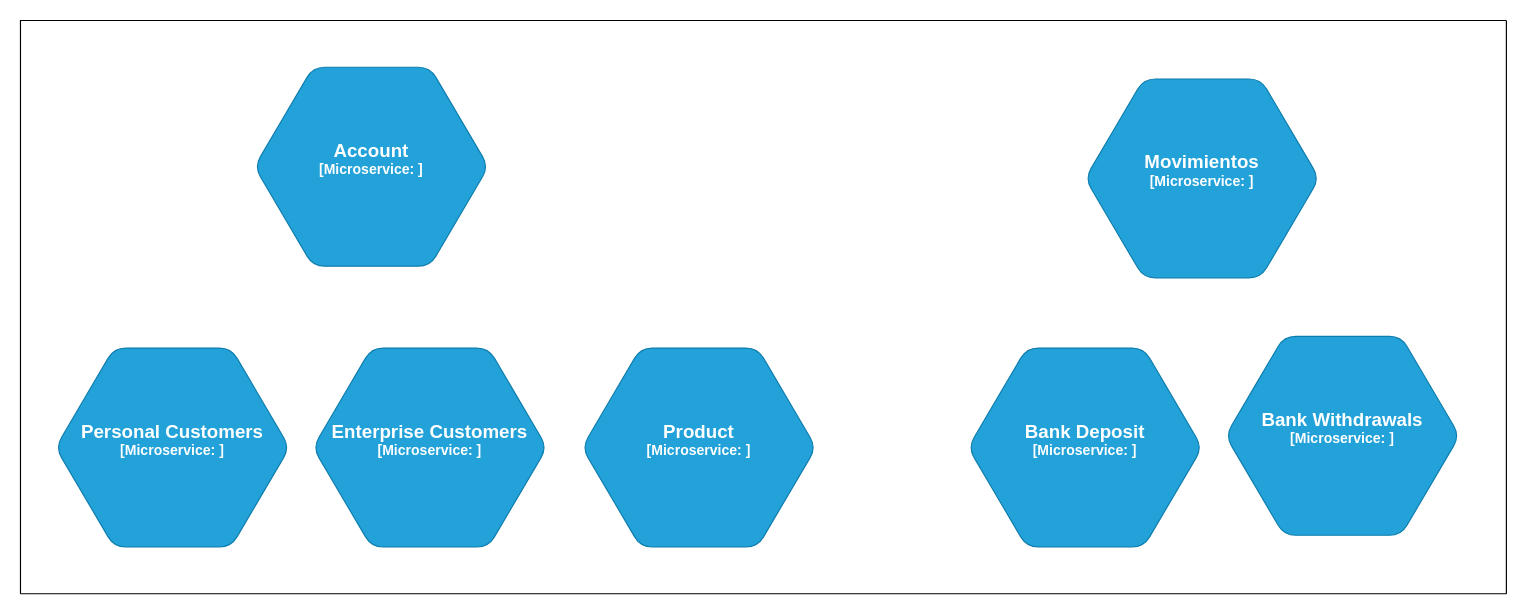
This is page "Page-1" (1 of 2) of Project 2.drawio from edwarparedes/Diagram-2, a draw.io file, before an edit. Source tidied: cells renumbered, new cells numbered last; positions are measured from the earlier drawing's top-left corner, leaving out a move shared by most shapes. Both pictures are drawn from the tidied source at 117%, with x=0, y=0 at pixel (20, 20).
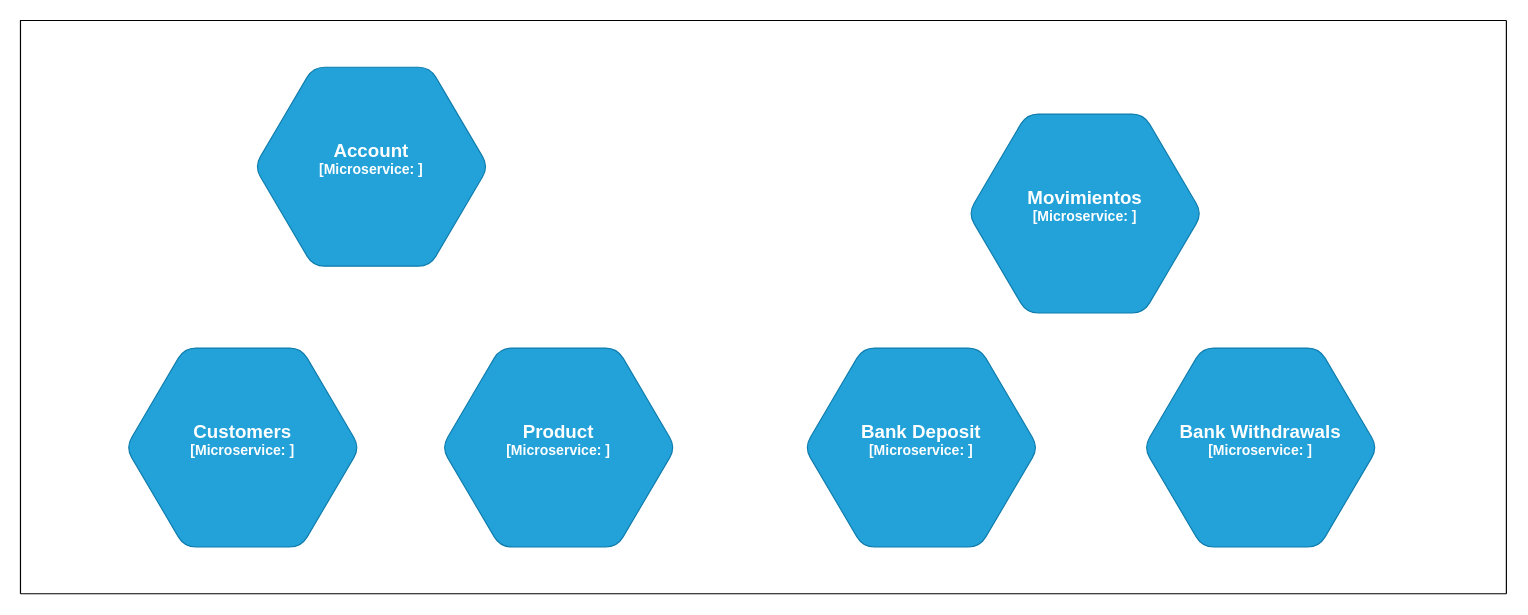
After the change.

What changed in the source:
```diff
@@
     <object id="2" label="&lt;font style=&quot;font-size: 16px&quot;&gt;&lt;b&gt;%c4Type%&lt;/font&gt;&lt;div&gt;[%c4Container%:&amp;nbsp;%c4Technology%]&lt;/div&gt;&lt;br&gt;&lt;div&gt;&lt;font style=&quot;font-size: 11px&quot;&gt;&lt;font color=&quot;#E6E6E6&quot;&gt;%c4Description%&lt;/font&gt;&lt;/div&gt;" c4Container="Microservice" c4Description="" c4Technology="" c4Type="Product" placeholders="1">
       <mxCell style="shape=hexagon;size=50;perimeter=hexagonPerimeter2;whiteSpace=wrap;html=1;fixedSize=1;rounded=1;labelBackgroundColor=none;fillColor=#23A2D9;fontSize=12;fontColor=#ffffff;align=center;strokeColor=#0E7DAD;" parent="1" vertex="1">
-        <mxGeometry x="480" y="280" width="200" height="170" as="geometry" />
+        <mxGeometry x="360" y="280" width="200" height="170" as="geometry" />
       </mxCell>
     </object>
-    <object id="3" label="&lt;font style=&quot;font-size: 16px&quot;&gt;&lt;b&gt;%c4Type%&lt;/font&gt;&lt;div&gt;[%c4Container%:&amp;nbsp;%c4Technology%]&lt;/div&gt;&lt;br&gt;&lt;div&gt;&lt;font style=&quot;font-size: 11px&quot;&gt;&lt;font color=&quot;#E6E6E6&quot;&gt;%c4Description%&lt;/font&gt;&lt;/div&gt;" c4Container="Microservice" c4Description="" c4Technology="" c4Type="Personal Customers" placeholders="1">
+    <object id="3" label="&lt;font style=&quot;font-size: 16px&quot;&gt;&lt;b&gt;%c4Type%&lt;/font&gt;&lt;div&gt;[%c4Container%:&amp;nbsp;%c4Technology%]&lt;/div&gt;&lt;br&gt;&lt;div&gt;&lt;font style=&quot;font-size: 11px&quot;&gt;&lt;font color=&quot;#E6E6E6&quot;&gt;%c4Description%&lt;/font&gt;&lt;/div&gt;" c4Container="Microservice" c4Description="" c4Technology="" c4Type="Customers" placeholders="1">
       <mxCell style="shape=hexagon;size=50;perimeter=hexagonPerimeter2;whiteSpace=wrap;html=1;fixedSize=1;rounded=1;labelBackgroundColor=none;fillColor=#23A2D9;fontSize=12;fontColor=#ffffff;align=center;strokeColor=#0E7DAD;" parent="1" vertex="1">
-        <mxGeometry x="30" y="280" width="200" height="170" as="geometry" />
+        <mxGeometry x="90" y="280" width="200" height="170" as="geometry" />
       </mxCell>
     </object>
     <object id="4" label="&lt;font style=&quot;font-size: 16px&quot;&gt;&lt;b&gt;%c4Type%&lt;/font&gt;&lt;div&gt;[%c4Container%:&amp;nbsp;%c4Technology%]&lt;/div&gt;&lt;br&gt;&lt;div&gt;&lt;font style=&quot;font-size: 11px&quot;&gt;&lt;font color=&quot;#E6E6E6&quot;&gt;%c4Description%&lt;/font&gt;&lt;/div&gt;" c4Container="Microservice" c4Description="" c4Technology="" c4Type="Movimientos" placeholders="1">
       <mxCell style="shape=hexagon;size=50;perimeter=hexagonPerimeter2;whiteSpace=wrap;html=1;fixedSize=1;rounded=1;labelBackgroundColor=none;fillColor=#23A2D9;fontSize=12;fontColor=#ffffff;align=center;strokeColor=#0E7DAD;" parent="1" vertex="1">
-        <mxGeometry x="910" y="50" width="200" height="170" as="geometry" />
+        <mxGeometry x="810" y="80" width="200" height="170" as="geometry" />
       </mxCell>
     </object>
     <object id="5" label="&lt;font style=&quot;font-size: 16px&quot;&gt;&lt;b&gt;%c4Type%&lt;/font&gt;&lt;div&gt;[%c4Container%:&amp;nbsp;%c4Technology%]&lt;/div&gt;&lt;br&gt;&lt;div&gt;&lt;font style=&quot;font-size: 11px&quot;&gt;&lt;font color=&quot;#E6E6E6&quot;&gt;%c4Description%&lt;/font&gt;&lt;/div&gt;" c4Container="Microservice" c4Description="" c4Technology="" c4Type="Bank Deposit" placeholders="1">
       <mxCell style="shape=hexagon;size=50;perimeter=hexagonPerimeter2;whiteSpace=wrap;html=1;fixedSize=1;rounded=1;labelBackgroundColor=none;fillColor=#23A2D9;fontSize=12;fontColor=#ffffff;align=center;strokeColor=#0E7DAD;" parent="1" vertex="1">
-        <mxGeometry x="810" y="280" width="200" height="170" as="geometry" />
+        <mxGeometry x="670" y="280" width="200" height="170" as="geometry" />
       </mxCell>
     </object>
@@
     <object id="10" label="&lt;font style=&quot;font-size: 16px&quot;&gt;&lt;b&gt;%c4Type%&lt;/font&gt;&lt;div&gt;[%c4Container%:&amp;nbsp;%c4Technology%]&lt;/div&gt;&lt;br&gt;&lt;div&gt;&lt;font style=&quot;font-size: 11px&quot;&gt;&lt;font color=&quot;#E6E6E6&quot;&gt;%c4Description%&lt;/font&gt;&lt;/div&gt;" c4Container="Microservice" c4Description="" c4Technology="" c4Type="Bank Withdrawals" placeholders="1">
       <mxCell style="shape=hexagon;size=50;perimeter=hexagonPerimeter2;whiteSpace=wrap;html=1;fixedSize=1;rounded=1;labelBackgroundColor=none;fillColor=#23A2D9;fontSize=12;fontColor=#ffffff;align=center;strokeColor=#0E7DAD;" parent="1" vertex="1">
-        <mxGeometry x="1030" y="270" width="200" height="170" as="geometry" />
+        <mxGeometry x="960" y="280" width="200" height="170" as="geometry" />
       </mxCell>
     </object>
-    <object id="11" label="&lt;font style=&quot;font-size: 16px&quot;&gt;&lt;b&gt;%c4Type%&lt;/font&gt;&lt;div&gt;[%c4Container%:&amp;nbsp;%c4Technology%]&lt;/div&gt;&lt;br&gt;&lt;div&gt;&lt;font style=&quot;font-size: 11px&quot;&gt;&lt;font color=&quot;#E6E6E6&quot;&gt;%c4Description%&lt;/font&gt;&lt;/div&gt;" c4Container="Microservice" c4Description="" c4Technology="" c4Type="Enterprise  Customers" placeholders="1">
-      <mxCell style="shape=hexagon;size=50;perimeter=hexagonPerimeter2;whiteSpace=wrap;html=1;fixedSize=1;rounded=1;labelBackgroundColor=none;fillColor=#23A2D9;fontSize=12;fontColor=#ffffff;align=center;strokeColor=#0E7DAD;" parent="1" vertex="1">
-        <mxGeometry x="250" y="280" width="200" height="170" as="geometry" />
-      </mxCell>
-    </object>
```
